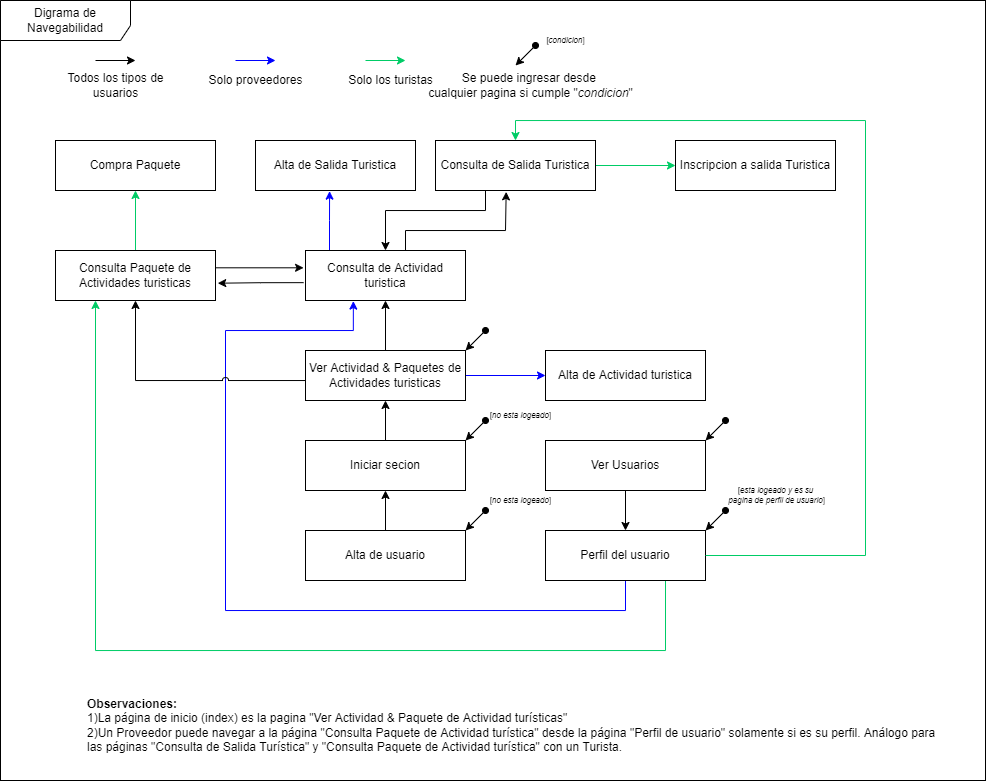
Above: docs/Iteración 2/Navegabilidades/Digrama navegabilidad.png in FacundoDiaz00/Taller-de-Programaci-n (draw.io), before the change. Source tidied: cells renumbered, new cells last; positions are measured from the earlier drawing's top-left corner, leaving out a move shared by most shapes.
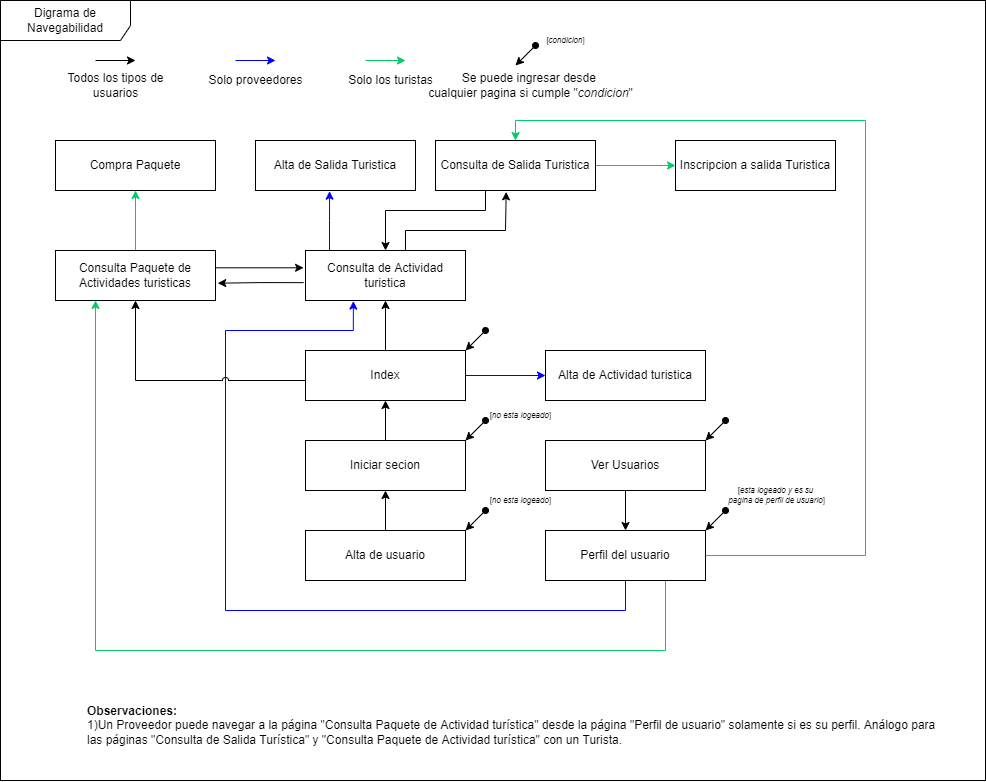
The same file after the commit.

Commit message:
Pongo el index en el digrama de navegavilidad

Change to the diagram source:
```diff
@@ -40,7 +40,7 @@
     <mxCell id="8" style="edgeStyle=orthogonalEdgeStyle;rounded=0;jettySize=auto;html=1;entryX=0;entryY=0.5;entryDx=0;entryDy=0;strokeColor=#0000FF;" parent="1" edge="1" source="9" target="26">
       <mxGeometry relative="1" as="geometry" />
     </mxCell>
-    <mxCell id="9" value="Ver Actividad &amp;amp; Paquetes de Actividades turisticas" style="rounded=0;whiteSpace=wrap;html=1;" parent="1" vertex="1">
+    <mxCell id="9" value="Index" style="rounded=0;whiteSpace=wrap;html=1;" parent="1" vertex="1">
       <mxGeometry x="305" y="350" width="160" height="50" as="geometry" />
     </mxCell>
     <mxCell id="10" style="edgeStyle=orthogonalEdgeStyle;rounded=0;jettySize=auto;html=1;" parent="1" edge="1" source="11" target="9">
@@ -123,8 +123,8 @@
     <mxCell id="30" value="Perfil del usuario" style="rounded=0;whiteSpace=wrap;html=1;" parent="1" vertex="1">
       <mxGeometry x="545" y="530" width="160" height="50" as="geometry" />
     </mxCell>
-    <mxCell id="31" value="&lt;b&gt;Observaciones:&lt;/b&gt;&amp;nbsp;&lt;br&gt;&lt;div style=&quot;&quot;&gt;&lt;/div&gt;1)La página de inicio (index) es la pagina &quot;Ver Actividad &amp;amp; Paquete de Actividad turísticas&quot;&lt;br&gt;2)Un Proveedor puede navegar a la página &quot;Consulta Paquete de Actividad turística&quot; desde la página &quot;Perfil de usuario&quot; solamente si es su perfil. Análogo para&lt;br&gt;las páginas &quot;Consulta de Salida Turística&quot; y &quot;Consulta Paquete de Actividad turística&quot; con un Turista." style="text;html=1;align=left;verticalAlign=middle;strokeColor=none;fillColor=none;" parent="1" vertex="1">
-      <mxGeometry x="85" y="690" width="870" height="70" as="geometry" />
+    <mxCell id="31" value="&lt;b&gt;Observaciones:&lt;/b&gt;&amp;nbsp;&lt;br&gt;&lt;div style=&quot;&quot;&gt;&lt;/div&gt;1)Un Proveedor puede navegar a la página &quot;Consulta Paquete de Actividad turística&quot; desde la página &quot;Perfil de usuario&quot; solamente si es su perfil. Análogo para&lt;br&gt;las páginas &quot;Consulta de Salida Turística&quot; y &quot;Consulta Paquete de Actividad turística&quot; con un Turista." style="text;html=1;align=left;verticalAlign=middle;strokeColor=none;fillColor=none;" parent="1" vertex="1">
+      <mxGeometry x="85" y="695" width="870" height="60" as="geometry" />
     </mxCell>
     <mxCell id="32" style="edgeStyle=orthogonalEdgeStyle;rounded=0;orthogonalLoop=1;jettySize=auto;html=1;" parent="1" edge="1">
       <mxGeometry relative="1" as="geometry">
```
